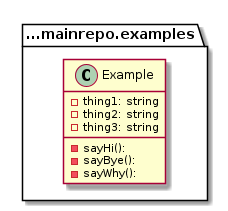
Above: graph.png in tbal999/pumlaction (PlantUML), before the change.
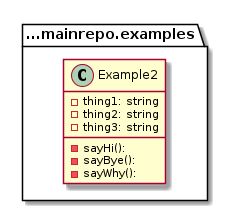
Above is the later version.

Diff of the diagram source:
```diff
@@ -1,6 +1,6 @@
 @startuml
 package ...mainrepo.examples{
-class Example {
+class Example2 {
 -thing1: string
 -thing2: string
 -thing3: string
```
